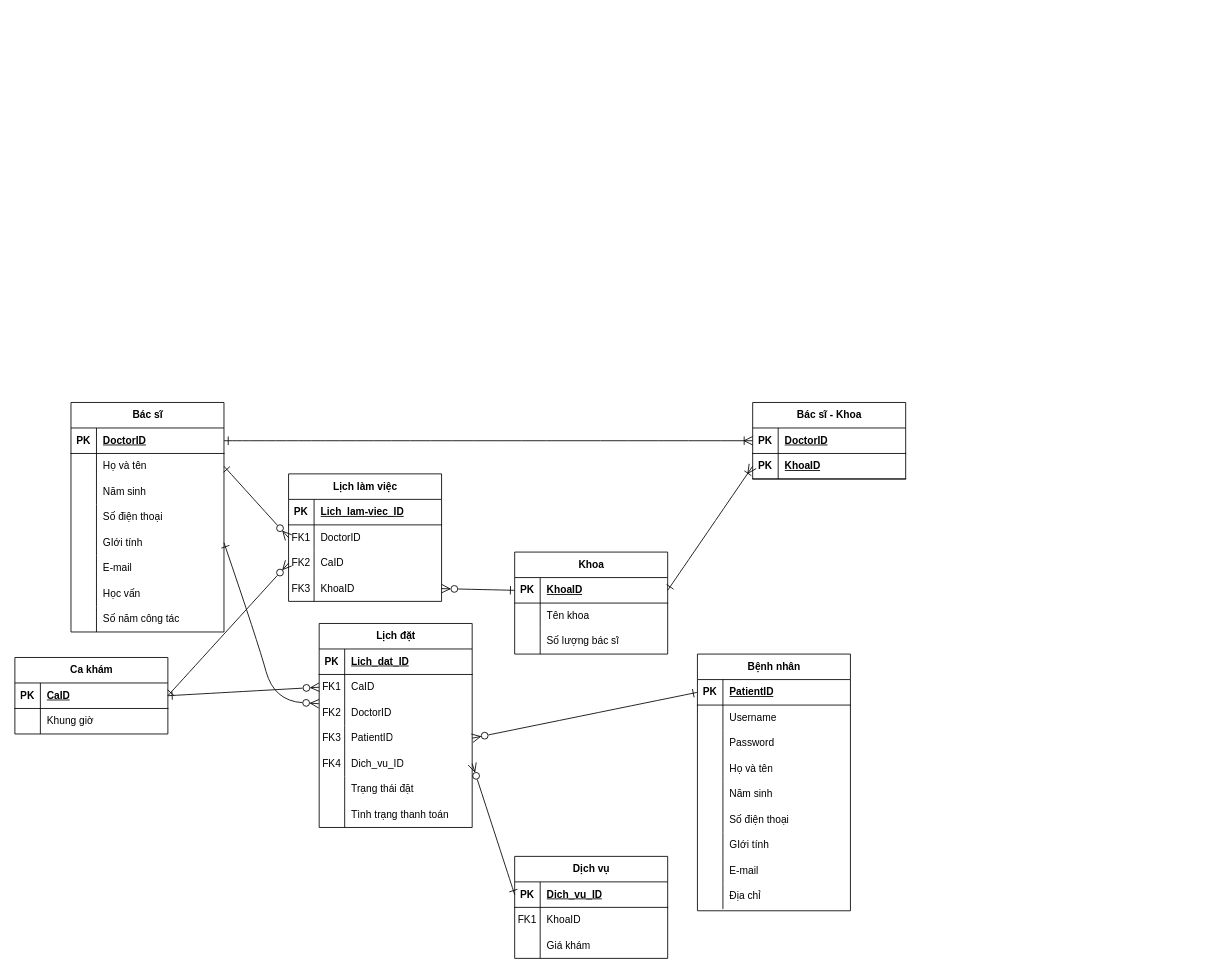
This is Biểu đồ không có tiêu đề.drawio from ktoan911/Medical_scheduling_Web, a draw.io file, before an edit. Source tidied: cells renumbered, new cells numbered last; positions are measured from the earlier drawing's top-left corner, leaving out a move shared by most shapes. Both pictures are drawn from the tidied source at 85%, with x=0, y=0 at pixel (14, 402).
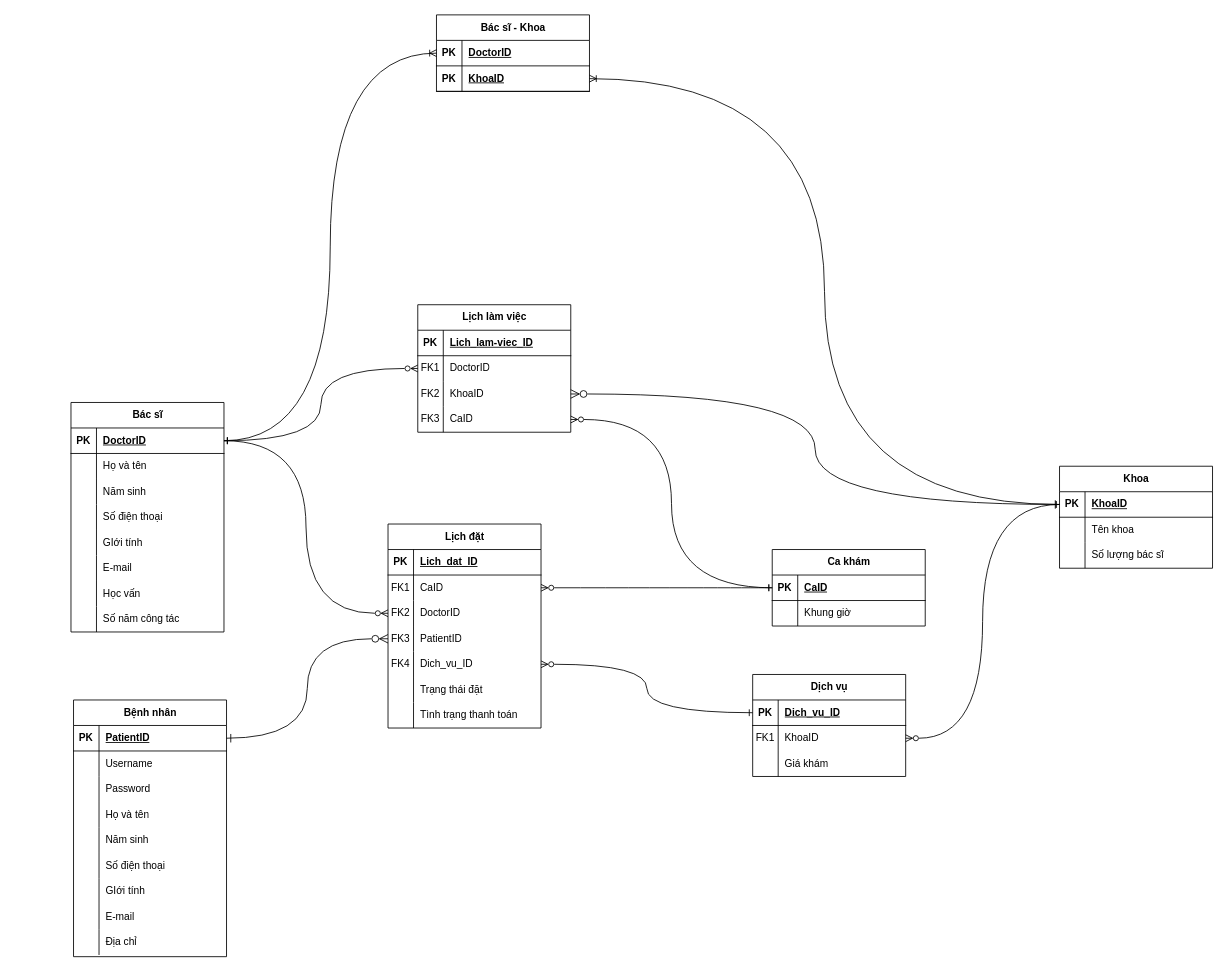
Above is the later version.

Commit message:
Cập nhật Biểu đồ không có tiêu đề.drawio

The change refers to these unchanged cells:
```xml
<mxCell id="3" style="shape=tableRow;horizontal=0;startSize=0;swimlaneHead=0;swimlaneBody=0;fillColor=none;points=[[0,0.5],[1,0.5]];portConstraint=eastwest;top=0;left=0;right=0;bottom=1;" parent="2" vertex="1">
  <mxGeometry y="30" width="180" height="30" as="geometry" />
</mxCell>
<mxCell id="6" style="shape=tableRow;horizontal=0;startSize=0;swimlaneHead=0;swimlaneBody=0;fillColor=none;points=[[0,0.5],[1,0.5]];portConstraint=eastwest;top=0;left=0;right=0;bottom=0;" parent="2" vertex="1">
  <mxGeometry y="60" width="180" height="30" as="geometry" />
</mxCell>
<mxCell id="15" style="shape=tableRow;horizontal=0;startSize=0;swimlaneHead=0;swimlaneBody=0;fillColor=none;points=[[0,0.5],[1,0.5]];portConstraint=eastwest;top=0;left=0;right=0;bottom=0;" parent="2" vertex="1">
  <mxGeometry y="150" width="180" height="30" as="geometry" />
</mxCell>
<mxCell id="28" style="shape=tableRow;horizontal=0;startSize=0;swimlaneHead=0;swimlaneBody=0;fillColor=none;points=[[0,0.5],[1,0.5]];portConstraint=eastwest;top=0;left=0;right=0;bottom=1;" parent="27" vertex="1">
  <mxGeometry y="30" width="180" height="30" as="geometry" />
</mxCell>
<mxCell id="56" style="shape=tableRow;horizontal=0;startSize=0;swimlaneHead=0;swimlaneBody=0;fillColor=none;points=[[0,0.5],[1,0.5]];portConstraint=eastwest;top=0;left=0;right=0;bottom=1;" parent="55" vertex="1">
  <mxGeometry y="30" width="180" height="30" as="geometry" />
</mxCell>
<mxCell id="66" style="shape=tableRow;horizontal=0;startSize=0;swimlaneHead=0;swimlaneBody=0;fillColor=none;points=[[0,0.5],[1,0.5]];portConstraint=eastwest;top=0;left=0;right=0;bottom=0;" parent="62" vertex="1">
  <mxGeometry y="60" width="180" height="30" as="geometry" />
</mxCell>
<mxCell id="79" style="shape=tableRow;horizontal=0;startSize=0;swimlaneHead=0;swimlaneBody=0;fillColor=none;points=[[0,0.5],[1,0.5]];portConstraint=eastwest;top=0;left=0;right=0;bottom=0;" parent="75" vertex="1">
  <mxGeometry y="60" width="180" height="30" as="geometry" />
</mxCell>
<mxCell id="82" style="shape=tableRow;horizontal=0;startSize=0;swimlaneHead=0;swimlaneBody=0;fillColor=none;points=[[0,0.5],[1,0.5]];portConstraint=eastwest;top=0;left=0;right=0;bottom=0;" parent="75" vertex="1">
  <mxGeometry y="90" width="180" height="30" as="geometry" />
</mxCell>
<mxCell id="85" style="shape=tableRow;horizontal=0;startSize=0;swimlaneHead=0;swimlaneBody=0;fillColor=none;points=[[0,0.5],[1,0.5]];portConstraint=eastwest;top=0;left=0;right=0;bottom=0;" parent="75" vertex="1">
  <mxGeometry y="120" width="180" height="30" as="geometry" />
</mxCell>
<mxCell id="88" style="shape=tableRow;horizontal=0;startSize=0;swimlaneHead=0;swimlaneBody=0;fillColor=none;points=[[0,0.5],[1,0.5]];portConstraint=eastwest;top=0;left=0;right=0;bottom=0;" parent="75" vertex="1">
  <mxGeometry y="150" width="180" height="30" as="geometry" />
</mxCell>
<mxCell id="98" style="shape=tableRow;horizontal=0;startSize=0;swimlaneHead=0;swimlaneBody=0;fillColor=none;points=[[0,0.5],[1,0.5]];portConstraint=eastwest;top=0;left=0;right=0;bottom=1;" parent="97" vertex="1">
  <mxGeometry y="30" width="180" height="30" as="geometry" />
</mxCell>
<mxCell id="101" style="shape=tableRow;horizontal=0;startSize=0;swimlaneHead=0;swimlaneBody=0;fillColor=none;points=[[0,0.5],[1,0.5]];portConstraint=eastwest;top=0;left=0;right=0;bottom=0;" parent="97" vertex="1">
  <mxGeometry y="60" width="180" height="30" as="geometry" />
</mxCell>
<mxCell id="108" style="shape=tableRow;horizontal=0;startSize=0;swimlaneHead=0;swimlaneBody=0;fillColor=none;points=[[0,0.5],[1,0.5]];portConstraint=eastwest;top=0;left=0;right=0;bottom=1;" parent="107" vertex="1">
  <mxGeometry y="30" width="180" height="30" as="geometry" />
</mxCell>
<mxCell id="118" style="shape=tableRow;horizontal=0;startSize=0;swimlaneHead=0;swimlaneBody=0;fillColor=none;points=[[0,0.5],[1,0.5]];portConstraint=eastwest;top=0;left=0;right=0;bottom=1;" parent="117" vertex="1">
  <mxGeometry y="30" width="180" height="30" as="geometry" />
</mxCell>
<mxCell id="121" style="shape=tableRow;horizontal=0;startSize=0;swimlaneHead=0;swimlaneBody=0;fillColor=none;points=[[0,0.5],[1,0.5]];portConstraint=eastwest;top=0;left=0;right=0;bottom=1;" parent="117" vertex="1">
  <mxGeometry y="60" width="180" height="30" as="geometry" />
</mxCell>
```

Change to the diagram source:
```diff
@@
     <mxCell id="27" value="Bệnh nhân" style="shape=table;startSize=30;childLayout=tableLayout;rowLines=0;fontStyle=1;align=center;html=1;" parent="1" vertex="1">
-      <mxGeometry x="803" y="296" width="180" height="302" as="geometry" />
+      <mxGeometry x="69" y="350" width="180" height="302" as="geometry" />
     </mxCell>
@@
     <mxCell id="55" value="Ca khám" style="shape=table;startSize=30;childLayout=tableLayout;rowLines=0;fontStyle=1;align=center;html=1;" parent="1" vertex="1">
-      <mxGeometry y="300" width="180" height="90" as="geometry" />
+      <mxGeometry x="891" y="173" width="180" height="90" as="geometry" />
     </mxCell>
@@
     <mxCell id="62" value="Lịch làm việc" style="shape=table;startSize=30;childLayout=tableLayout;rowLines=0;fontStyle=1;align=center;html=1;" parent="1" vertex="1">
-      <mxGeometry x="322" y="84" width="180" height="150" as="geometry" />
+      <mxGeometry x="474" y="-115" width="180" height="150" as="geometry" />
     </mxCell>
@@
+    <mxCell id="72" style="shape=tableRow;horizontal=0;startSize=0;swimlaneHead=0;swimlaneBody=0;fillColor=none;points=[[0,0.5],[1,0.5]];portConstraint=eastwest;top=0;left=0;right=0;bottom=0;" parent="62" vertex="1">
+      <mxGeometry y="90" width="180" height="30" as="geometry" />
+    </mxCell>
+    <mxCell id="73" value="FK2" style="shape=partialRectangle;fillColor=none;top=0;left=0;bottom=0;right=0;overflow=hidden;whiteSpace=wrap;html=1;" parent="72" vertex="1">
+      <mxGeometry width="30" height="30" as="geometry" />
+    </mxCell>
+    <mxCell id="74" value="KhoaID" style="shape=partialRectangle;fillColor=none;top=0;left=0;bottom=0;right=0;align=left;spacingLeft=6;overflow=hidden;whiteSpace=wrap;html=1;" parent="72" vertex="1">
+      <mxGeometry x="30" width="150" height="30" as="geometry" />
+    </mxCell>
     <mxCell id="69" style="shape=tableRow;horizontal=0;startSize=0;swimlaneHead=0;swimlaneBody=0;fillColor=none;points=[[0,0.5],[1,0.5]];portConstraint=eastwest;top=0;left=0;right=0;bottom=0;" parent="62" vertex="1">
-      <mxGeometry y="90" width="180" height="30" as="geometry" />
+      <mxGeometry y="120" width="180" height="30" as="geometry" />
     </mxCell>
-    <mxCell id="70" value="FK2" style="shape=partialRectangle;fillColor=none;top=0;left=0;bottom=0;right=0;overflow=hidden;whiteSpace=wrap;html=1;" parent="69" vertex="1">
+    <mxCell id="70" value="FK3" style="shape=partialRectangle;fillColor=none;top=0;left=0;bottom=0;right=0;overflow=hidden;whiteSpace=wrap;html=1;" parent="69" vertex="1">
       <mxGeometry width="30" height="30" as="geometry" />
     </mxCell>
@@
-    <mxCell id="72" style="shape=tableRow;horizontal=0;startSize=0;swimlaneHead=0;swimlaneBody=0;fillColor=none;points=[[0,0.5],[1,0.5]];portConstraint=eastwest;top=0;left=0;right=0;bottom=0;" parent="62" vertex="1">
-      <mxGeometry y="120" width="180" height="30" as="geometry" />
-    </mxCell>
-    <mxCell id="73" value="FK3" style="shape=partialRectangle;fillColor=none;top=0;left=0;bottom=0;right=0;overflow=hidden;whiteSpace=wrap;html=1;" parent="72" vertex="1">
-      <mxGeometry width="30" height="30" as="geometry" />
-    </mxCell>
-    <mxCell id="74" value="KhoaID" style="shape=partialRectangle;fillColor=none;top=0;left=0;bottom=0;right=0;align=left;spacingLeft=6;overflow=hidden;whiteSpace=wrap;html=1;" parent="72" vertex="1">
-      <mxGeometry x="30" width="150" height="30" as="geometry" />
-    </mxCell>
     <mxCell id="75" value="Lịch đặt" style="shape=table;startSize=30;childLayout=tableLayout;rowLines=0;fontStyle=1;align=center;html=1;" parent="1" vertex="1">
-      <mxGeometry x="358" y="260" width="180" height="240" as="geometry" />
+      <mxGeometry x="439" y="143" width="180" height="240" as="geometry" />
     </mxCell>
@@
     <mxCell id="97" value="Dịch vụ" style="shape=table;startSize=30;childLayout=tableLayout;rowLines=0;fontStyle=1;align=center;html=1;" parent="1" vertex="1">
-      <mxGeometry x="588" y="534" width="180" height="120" as="geometry" />
+      <mxGeometry x="868" y="320" width="180" height="120" as="geometry" />
     </mxCell>
@@
     <mxCell id="107" value="Khoa" style="shape=table;startSize=30;childLayout=tableLayout;rowLines=0;fontStyle=1;align=center;html=1;" parent="1" vertex="1">
-      <mxGeometry x="588" y="176" width="180" height="120" as="geometry" />
+      <mxGeometry x="1229" y="75" width="180" height="120" as="geometry" />
     </mxCell>
@@
     <mxCell id="117" value="Bác sĩ - Khoa" style="shape=table;startSize=30;childLayout=tableLayout;rowLines=0;fontStyle=1;align=center;html=1;" parent="1" vertex="1">
-      <mxGeometry x="868" width="180" height="90" as="geometry" />
+      <mxGeometry x="496" y="-456" width="180" height="90" as="geometry" />
     </mxCell>
@@
-    <mxCell id="124" style="edgeStyle=none;curved=1;rounded=0;jettySize=auto;html=1;exitX=1;exitY=0.5;exitDx=0;exitDy=0;entryX=0;entryY=0.5;entryDx=0;entryDy=0;fontSize=12;startSize=8;endSize=8;startArrow=ERone;startFill=0;endArrow=ERzeroToMany;endFill=0;" parent="1" edge="1" source="6" target="66">
-      <mxGeometry relative="1" as="geometry" />
-    </mxCell>
+    <mxCell id="126" style="edgeStyle=orthogonalEdgeStyle;curved=1;rounded=0;jettySize=auto;html=1;exitX=0;exitY=0.5;exitDx=0;exitDy=0;entryX=1;entryY=0.5;entryDx=0;entryDy=0;fontSize=12;startSize=8;endSize=8;startArrow=ERone;startFill=0;endArrow=ERzeroToMany;endFill=0;" parent="1" edge="1" source="108" target="72">
+      <mxGeometry relative="1" as="geometry" />
+    </mxCell>
+    <mxCell id="128" style="edgeStyle=orthogonalEdgeStyle;rounded=0;jettySize=auto;html=1;exitX=1;exitY=0.5;exitDx=0;exitDy=0;entryX=0;entryY=0.5;entryDx=0;entryDy=0;fontSize=12;startSize=8;endSize=8;endArrow=ERzeroToMany;endFill=0;startArrow=ERone;startFill=0;curved=1;" parent="1" edge="1" source="28" target="85">
+      <mxGeometry relative="1" as="geometry" />
+    </mxCell>
+    <mxCell id="133" style="edgeStyle=orthogonalEdgeStyle;rounded=0;jettySize=auto;html=1;exitX=1;exitY=0.5;exitDx=0;exitDy=0;entryX=0;entryY=0.5;entryDx=0;entryDy=0;curved=1;startArrow=ERone;startFill=0;endArrow=ERzeroToMany;endFill=0;" parent="1" edge="1" source="3" target="82">
+      <mxGeometry relative="1" as="geometry" />
+    </mxCell>
+    <mxCell id="130" style="edgeStyle=orthogonalEdgeStyle;rounded=0;jettySize=auto;html=1;exitX=0;exitY=0.5;exitDx=0;exitDy=0;startArrow=ERone;startFill=0;endArrow=ERzeroToMany;endFill=0;curved=1;" parent="1" edge="1" source="56" target="79">
+      <mxGeometry relative="1" as="geometry" />
+    </mxCell>
-    <mxCell id="125" style="edgeStyle=none;curved=1;rounded=0;jettySize=auto;html=1;exitX=1;exitY=0.5;exitDx=0;exitDy=0;fontSize=12;startSize=8;endSize=8;entryX=0;entryY=0.5;entryDx=0;entryDy=0;startArrow=ERone;startFill=0;endArrow=ERzeroToMany;endFill=0;" parent="1" edge="1" source="56" target="69">
+    <mxCell id="125" style="edgeStyle=orthogonalEdgeStyle;rounded=0;jettySize=auto;html=1;exitX=0;exitY=0.5;exitDx=0;exitDy=0;entryX=1;entryY=0.5;entryDx=0;entryDy=0;curved=1;startArrow=ERone;startFill=0;endArrow=ERzeroToMany;endFill=0;" parent="1" edge="1" source="56" target="69">
       <mxGeometry relative="1" as="geometry" />
     </mxCell>
-    <mxCell id="126" style="edgeStyle=none;curved=1;rounded=0;jettySize=auto;html=1;exitX=0;exitY=0.5;exitDx=0;exitDy=0;entryX=1;entryY=0.5;entryDx=0;entryDy=0;fontSize=12;startSize=8;endSize=8;startArrow=ERone;startFill=0;endArrow=ERzeroToMany;endFill=0;" parent="1" edge="1" source="108" target="72">
-      <mxGeometry relative="1" as="geometry" />
-    </mxCell>
-    <mxCell id="127" style="edgeStyle=none;curved=1;rounded=0;jettySize=auto;html=1;exitX=1;exitY=0.5;exitDx=0;exitDy=0;entryX=-0.002;entryY=0.147;entryDx=0;entryDy=0;entryPerimeter=0;fontSize=12;startSize=8;endSize=8;startArrow=ERone;startFill=0;endArrow=ERzeroToMany;endFill=0;" parent="1" edge="1" source="15" target="82">
-      <mxGeometry relative="1" as="geometry">
-        <Array as="points">
-          <mxPoint x="286" y="282" />
-          <mxPoint x="305" y="351" />
-        </Array>
-      </mxGeometry>
-    </mxCell>
-    <mxCell id="128" style="edgeStyle=none;curved=1;rounded=0;jettySize=auto;html=1;exitX=0;exitY=0.5;exitDx=0;exitDy=0;entryX=1;entryY=0.5;entryDx=0;entryDy=0;fontSize=12;startSize=8;endSize=8;endArrow=ERzeroToMany;endFill=0;startArrow=ERone;startFill=0;" parent="1" edge="1" source="28" target="85">
-      <mxGeometry relative="1" as="geometry" />
-    </mxCell>
+    <mxCell id="134" style="edgeStyle=orthogonalEdgeStyle;rounded=0;jettySize=auto;html=1;exitX=1;exitY=0.5;exitDx=0;exitDy=0;entryX=0;entryY=0.5;entryDx=0;entryDy=0;curved=1;startArrow=ERone;startFill=0;endArrow=ERzeroToMany;endFill=0;" parent="1" edge="1" source="3" target="66">
+      <mxGeometry relative="1" as="geometry" />
+    </mxCell>
-    <mxCell id="129" style="edgeStyle=none;curved=1;rounded=0;jettySize=auto;html=1;exitX=0;exitY=0.5;exitDx=0;exitDy=0;entryX=1;entryY=0.5;entryDx=0;entryDy=0;fontSize=12;startSize=8;endSize=8;endArrow=ERzeroToMany;endFill=0;startArrow=ERone;startFill=0;" parent="1" edge="1" source="98" target="88">
+    <mxCell id="129" style="edgeStyle=orthogonalEdgeStyle;rounded=0;jettySize=auto;html=1;exitX=0;exitY=0.5;exitDx=0;exitDy=0;entryX=1;entryY=0.5;entryDx=0;entryDy=0;curved=1;startArrow=ERone;startFill=0;endArrow=ERzeroToMany;endFill=0;" parent="1" edge="1" source="98" target="88">
       <mxGeometry relative="1" as="geometry" />
     </mxCell>
-    <mxCell id="130" style="edgeStyle=none;curved=1;rounded=0;jettySize=auto;html=1;exitX=1;exitY=0.5;exitDx=0;exitDy=0;entryX=0;entryY=0.5;entryDx=0;entryDy=0;fontSize=12;startSize=8;endSize=8;endArrow=ERzeroToMany;endFill=0;startArrow=ERone;startFill=0;" parent="1" edge="1" source="56" target="79">
-      <mxGeometry relative="1" as="geometry" />
-    </mxCell>
-    <mxCell id="131" style="edgeStyle=none;curved=1;rounded=0;jettySize=auto;html=1;exitX=1;exitY=0.5;exitDx=0;exitDy=0;entryX=0;entryY=0.5;entryDx=0;entryDy=0;fontSize=12;startSize=8;endSize=8;startArrow=ERone;startFill=0;endArrow=ERoneToMany;endFill=0;" parent="1" edge="1" source="3" target="118">
+    <mxCell id="131" style="edgeStyle=orthogonalEdgeStyle;rounded=0;jettySize=auto;html=1;exitX=1;exitY=0.5;exitDx=0;exitDy=0;entryX=0;entryY=0.5;entryDx=0;entryDy=0;curved=1;startArrow=ERone;startFill=0;endArrow=ERoneToMany;endFill=0;" parent="1" edge="1" source="3" target="118">
       <mxGeometry relative="1" as="geometry" />
     </mxCell>
+    <mxCell id="135" style="edgeStyle=orthogonalEdgeStyle;rounded=0;jettySize=auto;html=1;exitX=0;exitY=0.5;exitDx=0;exitDy=0;entryX=1;entryY=0.5;entryDx=0;entryDy=0;curved=1;startArrow=ERone;startFill=0;endArrow=ERzeroToMany;endFill=0;" parent="1" edge="1" source="108" target="101">
+      <mxGeometry relative="1" as="geometry" />
+    </mxCell>
-    <mxCell id="132" style="edgeStyle=none;curved=1;rounded=0;jettySize=auto;html=1;exitX=1;exitY=0.5;exitDx=0;exitDy=0;entryX=0;entryY=0.5;entryDx=0;entryDy=0;fontSize=12;startSize=8;endSize=8;startArrow=ERone;startFill=0;endArrow=ERoneToMany;endFill=0;" parent="1" edge="1" source="108" target="121">
+    <mxCell id="132" style="edgeStyle=orthogonalEdgeStyle;rounded=0;jettySize=auto;html=1;exitX=0;exitY=0.5;exitDx=0;exitDy=0;entryX=1;entryY=0.5;entryDx=0;entryDy=0;startArrow=ERone;startFill=0;endArrow=ERoneToMany;endFill=0;curved=1;" parent="1" edge="1" source="108" target="121">
       <mxGeometry relative="1" as="geometry" />
     </mxCell>
```
